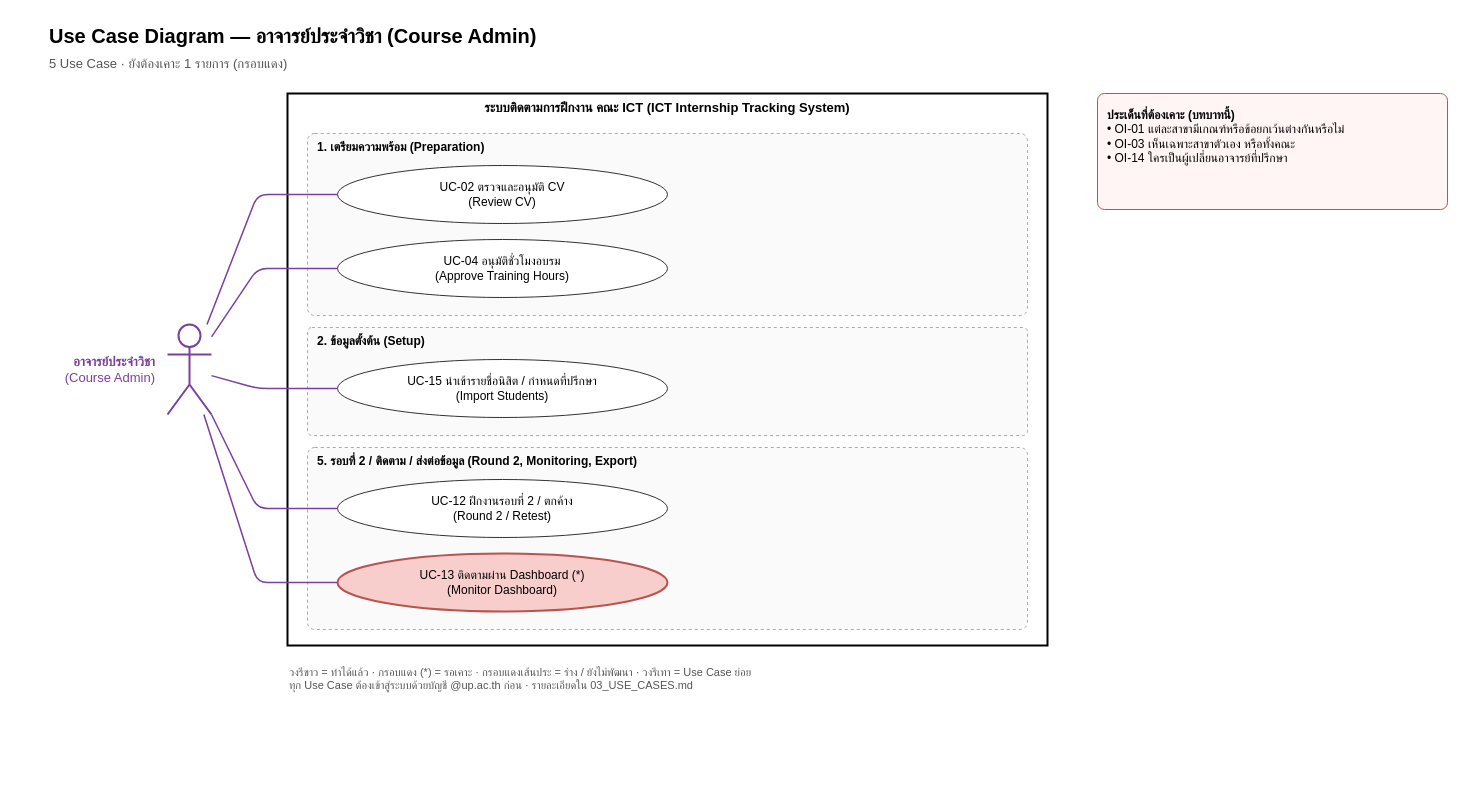
This is docs/requirements/diagrams/use_case_role_course_admin.drawio from Whyer2005/ICT_Internship_tracking_system, a draw.io file, before an edit. Source tidied: cells renumbered, new cells numbered last; positions are measured from the earlier drawing's top-left corner, leaving out a move shared by most shapes. Both pictures are drawn from the tidied source at 100%, with x=0, y=0 at pixel (17, 17).
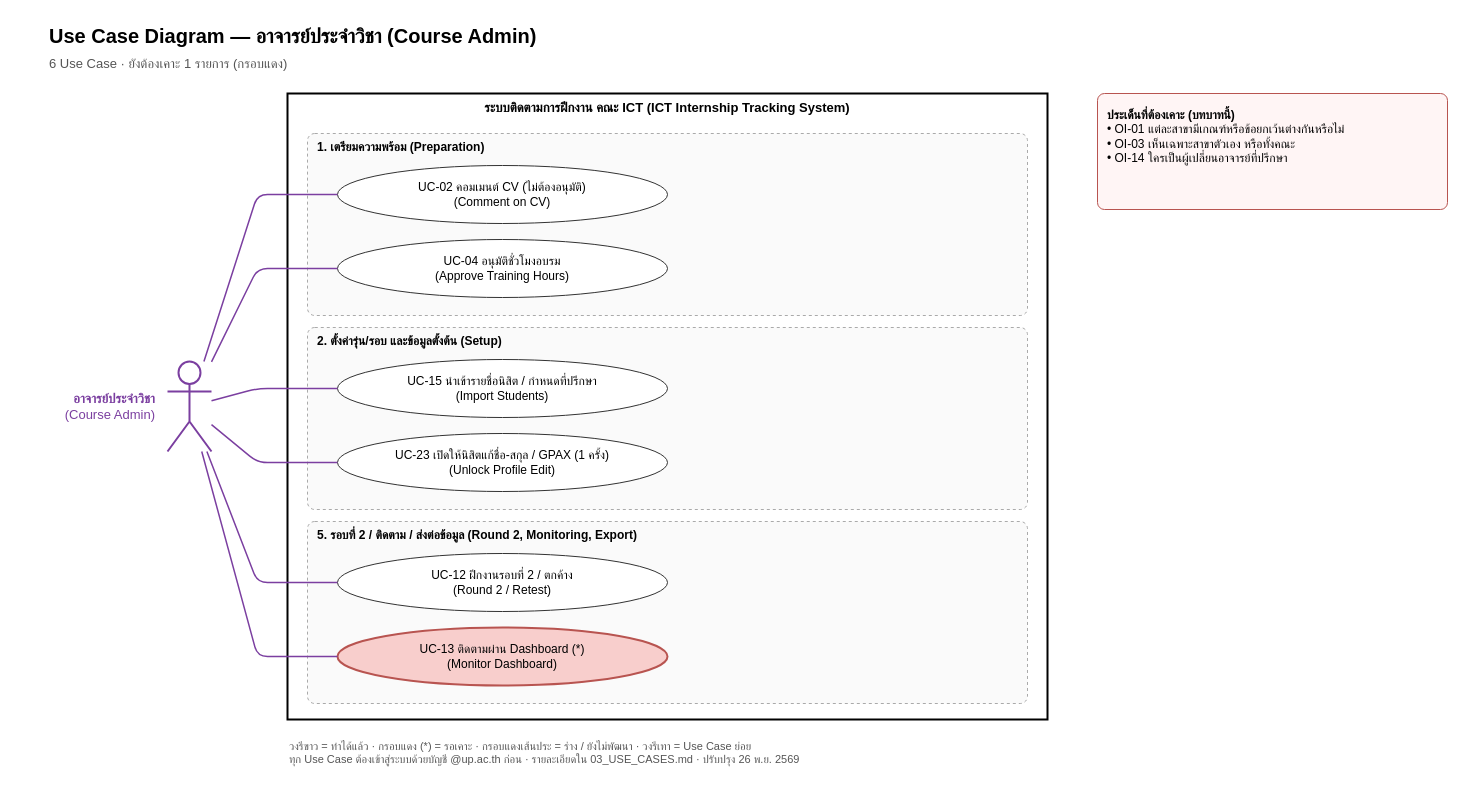
After the change.

Unchanged cells that the change refers to:
```xml
<mxCell id="7" value="UC-04 อนุมัติชั่วโมงอบรม&lt;br&gt;(Approve Training Hours)" style="ellipse;whiteSpace=wrap;html=1;fontSize=12;fillColor=#ffffff;strokeColor=#333333;" parent="1" vertex="1">
  <mxGeometry x="320" y="222" width="330" height="58" as="geometry" />
</mxCell>
<mxCell id="9" value="UC-15 นำเข้ารายชื่อนิสิต / กำหนดที่ปรึกษา&lt;br&gt;(Import Students)" style="ellipse;whiteSpace=wrap;html=1;fontSize=12;fillColor=#ffffff;strokeColor=#333333;" parent="1" vertex="1">
  <mxGeometry x="320" y="342" width="330" height="58" as="geometry" />
</mxCell>
```

Diff of the diagram source:
```diff
@@
     <mxCell id="2" value="ระบบติดตามการฝึกงาน คณะ ICT (ICT Internship Tracking System)" style="rounded=0;whiteSpace=wrap;html=1;verticalAlign=top;fontStyle=1;fontSize=13;fillColor=none;strokeWidth=2;" parent="1" vertex="1">
-      <mxGeometry x="270" y="76" width="760" height="552" as="geometry" />
+      <mxGeometry x="270" y="76" width="760" height="626" as="geometry" />
     </mxCell>
@@
-    <mxCell id="4" value="5 Use Case · ยังต้องเคาะ 1 รายการ (กรอบแดง)" style="text;html=1;fontSize=13;align=left;fontColor=#555555;" parent="1" vertex="1">
-      <mxGeometry x="30" y="32" width="900" height="22" as="geometry" />
+    <mxCell id="4" value="6 Use Case · ยังต้องเคาะ 1 รายการ (กรอบแดง)" style="text;html=1;fontSize=13;align=left;fontColor=#555555;" parent="1" vertex="1">
+      <mxGeometry x="30" y="32" width="1000" height="22" as="geometry" />
     </mxCell>
@@
-    <mxCell id="6" value="UC-02 ตรวจและอนุมัติ CV&lt;br&gt;(Review CV)" style="ellipse;whiteSpace=wrap;html=1;fontSize=12;fillColor=#ffffff;strokeColor=#333333;" parent="1" vertex="1">
+    <mxCell id="6" value="UC-02 คอมเมนต์ CV (ไม่ต้องอนุมัติ)&lt;br&gt;(Comment on CV)" style="ellipse;whiteSpace=wrap;html=1;fontSize=12;fillColor=#ffffff;strokeColor=#333333;" parent="1" vertex="1">
       <mxGeometry x="320" y="148" width="330" height="58" as="geometry" />
     </mxCell>
@@
-    <mxCell id="8" value="2. ข้อมูลตั้งต้น (Setup)" style="rounded=1;arcSize=4;dashed=1;fillColor=#fafafa;strokeColor=#aaaaaa;verticalAlign=top;align=left;spacingLeft=8;fontStyle=1;fontSize=12;html=1;whiteSpace=wrap;" parent="1" vertex="1">
-      <mxGeometry x="290" y="310" width="720" height="108" as="geometry" />
+    <mxCell id="8" value="2. ตั้งค่ารุ่น/รอบ และข้อมูลตั้งต้น (Setup)" style="rounded=1;arcSize=4;dashed=1;fillColor=#fafafa;strokeColor=#aaaaaa;verticalAlign=top;align=left;spacingLeft=8;fontStyle=1;fontSize=12;html=1;whiteSpace=wrap;" parent="1" vertex="1">
+      <mxGeometry x="290" y="310" width="720" height="182" as="geometry" />
     </mxCell>
@@
-    <mxCell id="10" value="5. รอบที่ 2 / ติดตาม / ส่งต่อข้อมูล (Round 2, Monitoring, Export)" style="rounded=1;arcSize=4;dashed=1;fillColor=#fafafa;strokeColor=#aaaaaa;verticalAlign=top;align=left;spacingLeft=8;fontStyle=1;fontSize=12;html=1;whiteSpace=wrap;" parent="1" vertex="1">
-      <mxGeometry x="290" y="430" width="720" height="182" as="geometry" />
+    <mxCell id="10" value="UC-23 เปิดให้นิสิตแก้ชื่อ-สกุล / GPAX (1 ครั้ง)&lt;br&gt;(Unlock Profile Edit)" style="ellipse;whiteSpace=wrap;html=1;fontSize=12;fillColor=#ffffff;strokeColor=#333333;" parent="1" vertex="1">
+      <mxGeometry x="320" y="416" width="330" height="58" as="geometry" />
     </mxCell>
-    <mxCell id="11" value="UC-12 ฝึกงานรอบที่ 2 / ตกค้าง&lt;br&gt;(Round 2 / Retest)" style="ellipse;whiteSpace=wrap;html=1;fontSize=12;fillColor=#ffffff;strokeColor=#333333;" parent="1" vertex="1">
-      <mxGeometry x="320" y="462" width="330" height="58" as="geometry" />
+    <mxCell id="11" value="5. รอบที่ 2 / ติดตาม / ส่งต่อข้อมูล (Round 2, Monitoring, Export)" style="rounded=1;arcSize=4;dashed=1;fillColor=#fafafa;strokeColor=#aaaaaa;verticalAlign=top;align=left;spacingLeft=8;fontStyle=1;fontSize=12;html=1;whiteSpace=wrap;" parent="1" vertex="1">
+      <mxGeometry x="290" y="504" width="720" height="182" as="geometry" />
     </mxCell>
-    <mxCell id="12" value="UC-13 ติดตามผ่าน Dashboard (*)&lt;br&gt;(Monitor Dashboard)" style="ellipse;whiteSpace=wrap;html=1;fontSize=12;fillColor=#f8cecc;strokeColor=#b85450;strokeWidth=2;" parent="1" vertex="1">
+    <mxCell id="12" value="UC-12 ฝึกงานรอบที่ 2 / ตกค้าง&lt;br&gt;(Round 2 / Retest)" style="ellipse;whiteSpace=wrap;html=1;fontSize=12;fillColor=#ffffff;strokeColor=#333333;" parent="1" vertex="1">
       <mxGeometry x="320" y="536" width="330" height="58" as="geometry" />
     </mxCell>
-    <mxCell id="13" style="shape=umlActor;verticalLabelPosition=bottom;verticalAlign=top;html=1;outlineConnect=0;strokeColor=#7b3fa0;strokeWidth=2;" parent="1" vertex="1">
-      <mxGeometry x="150" y="307" width="44" height="90" as="geometry" />
+    <mxCell id="13" value="UC-13 ติดตามผ่าน Dashboard (*)&lt;br&gt;(Monitor Dashboard)" style="ellipse;whiteSpace=wrap;html=1;fontSize=12;fillColor=#f8cecc;strokeColor=#b85450;strokeWidth=2;" parent="1" vertex="1">
+      <mxGeometry x="320" y="610" width="330" height="58" as="geometry" />
     </mxCell>
-    <mxCell id="14" value="&lt;b&gt;อาจารย์ประจำวิชา&lt;/b&gt;&lt;br&gt;(Course Admin)" style="text;html=1;align=right;verticalAlign=middle;whiteSpace=wrap;fontSize=13;fontColor=#7b3fa0;" parent="1" vertex="1">
-      <mxGeometry y="322" width="140" height="60" as="geometry" />
+    <mxCell id="14" style="shape=umlActor;verticalLabelPosition=bottom;verticalAlign=top;html=1;outlineConnect=0;strokeColor=#7b3fa0;strokeWidth=2;" parent="1" vertex="1">
+      <mxGeometry x="150" y="344" width="44" height="90" as="geometry" />
     </mxCell>
-    <mxCell id="15" style="endArrow=none;html=1;strokeColor=#7b3fa0;strokeWidth=1.5;" parent="1" edge="1" source="13" target="6">
-      <mxGeometry relative="1" as="geometry">
-        <Array as="points">
-          <mxPoint x="240" y="177" />
-        </Array>
-      </mxGeometry>
+    <mxCell id="15" value="&lt;b&gt;อาจารย์ประจำวิชา&lt;/b&gt;&lt;br&gt;(Course Admin)" style="text;html=1;align=right;verticalAlign=middle;whiteSpace=wrap;fontSize=13;fontColor=#7b3fa0;" parent="1" vertex="1">
+      <mxGeometry y="359" width="140" height="60" as="geometry" />
     </mxCell>
-    <mxCell id="16" style="endArrow=none;html=1;strokeColor=#7b3fa0;strokeWidth=1.5;" parent="1" edge="1" source="13" target="7">
+    <mxCell id="16" style="endArrow=none;html=1;strokeColor=#7b3fa0;strokeWidth=1.5;" parent="1" edge="1" source="14" target="6">
       <mxGeometry relative="1" as="geometry">
         <Array as="points">
-          <mxPoint x="240" y="251" />
+          <mxPoint x="240" y="177" />
         </Array>
       </mxGeometry>
     </mxCell>
-    <mxCell id="17" style="endArrow=none;html=1;strokeColor=#7b3fa0;strokeWidth=1.5;" parent="1" edge="1" source="13" target="9">
+    <mxCell id="17" style="endArrow=none;html=1;strokeColor=#7b3fa0;strokeWidth=1.5;" parent="1" edge="1" source="14" target="7">
       <mxGeometry relative="1" as="geometry">
         <Array as="points">
-          <mxPoint x="240" y="371" />
+          <mxPoint x="240" y="251" />
         </Array>
       </mxGeometry>
     </mxCell>
-    <mxCell id="18" style="endArrow=none;html=1;strokeColor=#7b3fa0;strokeWidth=1.5;" parent="1" edge="1" source="13" target="11">
+    <mxCell id="18" style="endArrow=none;html=1;strokeColor=#7b3fa0;strokeWidth=1.5;" parent="1" edge="1" source="14" target="9">
       <mxGeometry relative="1" as="geometry">
         <Array as="points">
-          <mxPoint x="240" y="491" />
+          <mxPoint x="240" y="371" />
         </Array>
       </mxGeometry>
     </mxCell>
-    <mxCell id="19" style="endArrow=none;html=1;strokeColor=#7b3fa0;strokeWidth=1.5;" parent="1" edge="1" source="13" target="12">
+    <mxCell id="19" style="endArrow=none;html=1;strokeColor=#7b3fa0;strokeWidth=1.5;" parent="1" edge="1" source="14" target="10">
       <mxGeometry relative="1" as="geometry">
         <Array as="points">
-          <mxPoint x="240" y="565" />
+          <mxPoint x="240" y="445" />
         </Array>
       </mxGeometry>
     </mxCell>
-    <mxCell id="20" value="&lt;b&gt;ประเด็นที่ต้องเคาะ (บทบาทนี้)&lt;/b&gt;&lt;br&gt;• OI-01 แต่ละสาขามีเกณฑ์หรือข้อยกเว้นต่างกันหรือไม่&lt;br&gt;• OI-03 เห็นเฉพาะสาขาตัวเอง หรือทั้งคณะ&lt;br&gt;• OI-14 ใครเป็นผู้เปลี่ยนอาจารย์ที่ปรึกษา" style="rounded=1;arcSize=6;whiteSpace=wrap;html=1;align=left;verticalAlign=top;spacing=10;fontSize=12;fillColor=#fff5f5;strokeColor=#b85450;" parent="1" vertex="1">
-      <mxGeometry x="1080" y="76" width="350" height="116" as="geometry" />
+    <mxCell id="20" style="endArrow=none;html=1;strokeColor=#7b3fa0;strokeWidth=1.5;" parent="1" edge="1" source="14" target="12">
+      <mxGeometry relative="1" as="geometry">
+        <Array as="points">
+          <mxPoint x="240" y="565" />
+        </Array>
+      </mxGeometry>
     </mxCell>
-    <mxCell id="21" value="วงรีขาว = ทำได้แล้ว · กรอบแดง (*) = รอเคาะ · กรอบแดงเส้นประ = ร่าง / ยังไม่พัฒนา · วงรีเทา = Use Case ย่อย&lt;br&gt;ทุก Use Case ต้องเข้าสู่ระบบด้วยบัญชี @up.ac.th ก่อน · รายละเอียดใน 03_USE_CASES.md" style="text;html=1;align=left;verticalAlign=top;whiteSpace=wrap;fontSize=11;fontColor=#555555;" parent="1" vertex="1">
-      <mxGeometry x="270" y="642" width="1110" height="40" as="geometry" />
+    <mxCell id="21" style="endArrow=none;html=1;strokeColor=#7b3fa0;strokeWidth=1.5;" parent="1" edge="1" source="14" target="13">
+      <mxGeometry relative="1" as="geometry">
+        <Array as="points">
+          <mxPoint x="240" y="639" />
+        </Array>
+      </mxGeometry>
     </mxCell>
+    <mxCell id="22" value="&lt;b&gt;ประเด็นที่ต้องเคาะ (บทบาทนี้)&lt;/b&gt;&lt;br&gt;• OI-01 แต่ละสาขามีเกณฑ์หรือข้อยกเว้นต่างกันหรือไม่&lt;br&gt;• OI-03 เห็นเฉพาะสาขาตัวเอง หรือทั้งคณะ&lt;br&gt;• OI-14 ใครเป็นผู้เปลี่ยนอาจารย์ที่ปรึกษา" style="rounded=1;arcSize=6;whiteSpace=wrap;html=1;align=left;verticalAlign=top;spacing=10;fontSize=12;fillColor=#fff5f5;strokeColor=#b85450;" parent="1" vertex="1">
+      <mxGeometry x="1080" y="76" width="350" height="116" as="geometry" />
+    </mxCell>
+    <mxCell id="23" value="วงรีขาว = ทำได้แล้ว · กรอบแดง (*) = รอเคาะ · กรอบแดงเส้นประ = ร่าง / ยังไม่พัฒนา · วงรีเทา = Use Case ย่อย&lt;br&gt;ทุก Use Case ต้องเข้าสู่ระบบด้วยบัญชี @up.ac.th ก่อน · รายละเอียดใน 03_USE_CASES.md · ปรับปรุง 26 พ.ย. 2569" style="text;html=1;align=left;verticalAlign=top;whiteSpace=wrap;fontSize=11;fontColor=#555555;" parent="1" vertex="1">
+      <mxGeometry x="270" y="716" width="1110" height="40" as="geometry" />
+    </mxCell>
```
